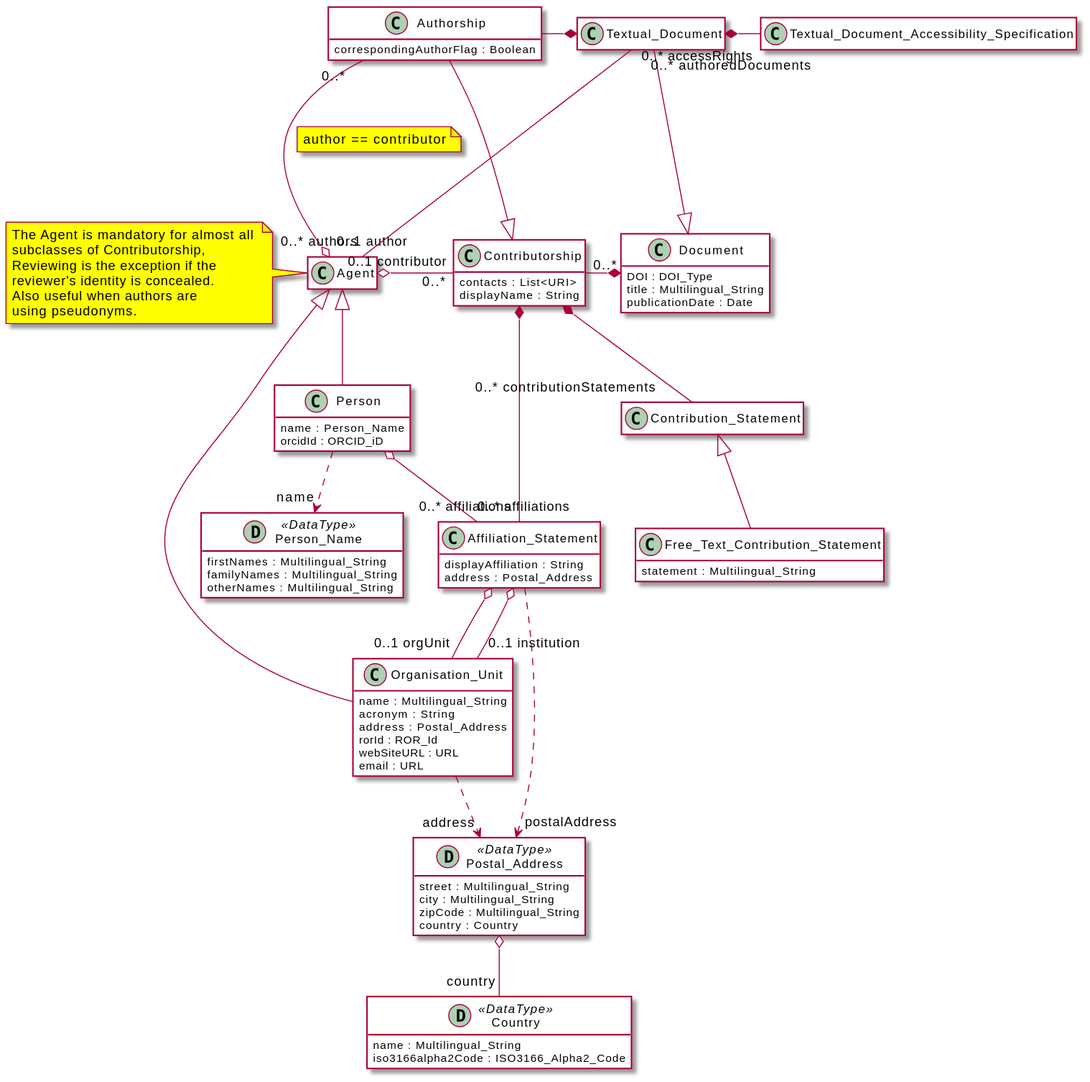
EuroCRIS/CERIF-Core keeps this PlantUML diagram as diagrams/core.svg. Above is the earlier version.
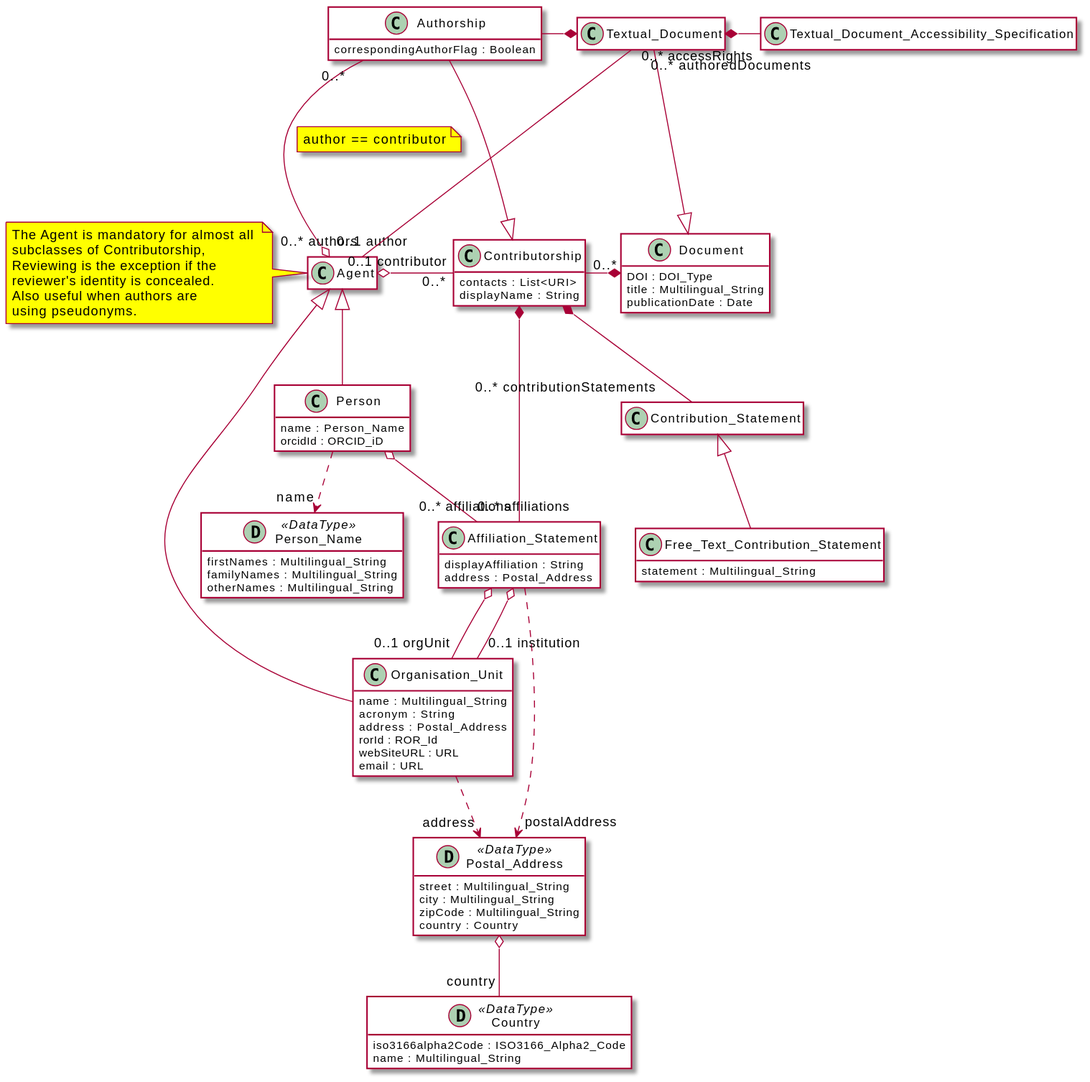
The same file after the commit.

The edit, as a diff of the source:
```diff
@@ -75,8 +75,8 @@
             country : Country
         }
         datatype("Country") {
-            name : Multilingual_String
-            iso3166alpha2Code : ISO3166_Alpha2_Code
+             iso3166alpha2Code : ISO3166_Alpha2_Code
+             name : Multilingual_String
         }
     !endsub
 
```
